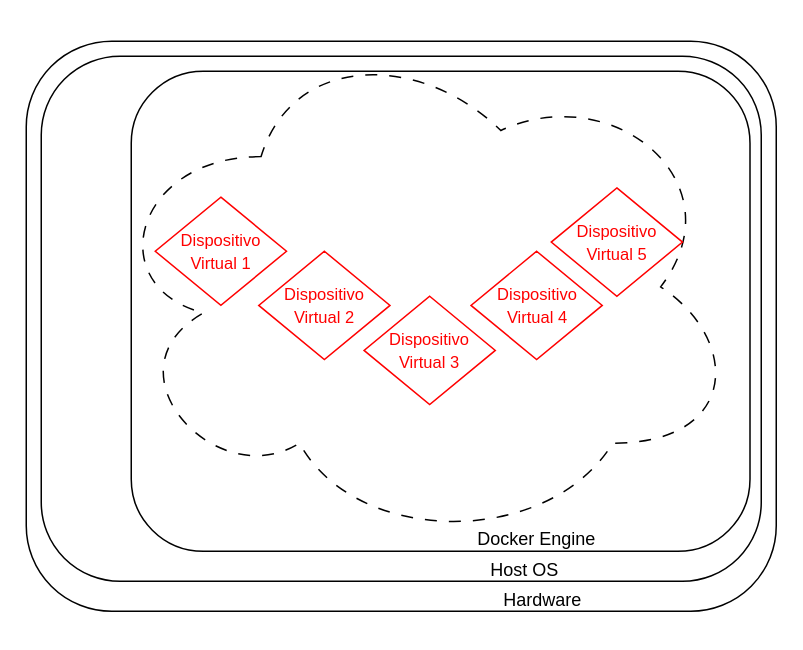
Before: texto/Diagrams/v4-prometheus/block-by-block/1 - virtual-devices/virtual_devices_diagram.drawio in vitorco7/saturmon, a draw.io diagram. Source tidied: cells renumbered, new cells numbered last; positions are measured from the earlier drawing's top-left corner, leaving out a move shared by most shapes. Both pictures are drawn from the tidied source at 150%, with x=0, y=0 at pixel (26, 26).
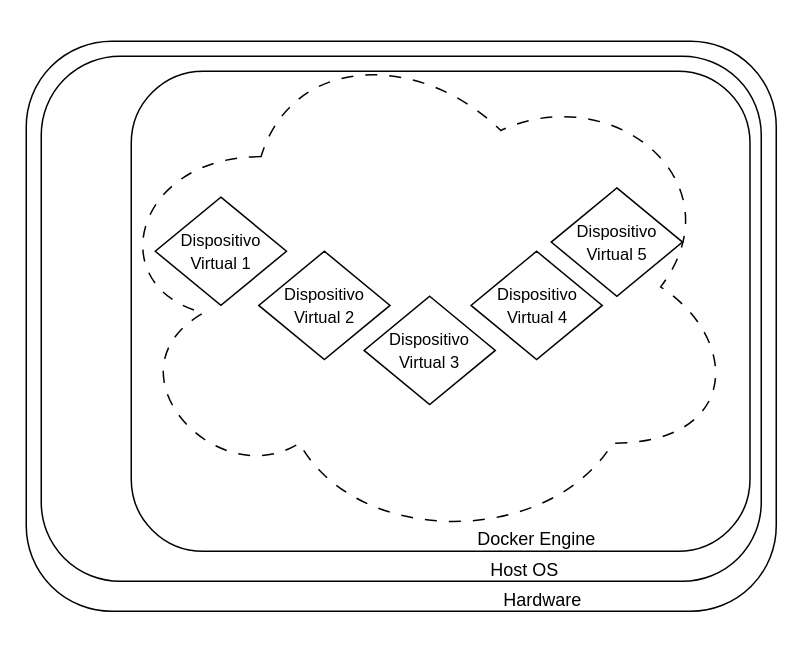
The same page after the edit.

Change to the diagram source:
```diff
@@
-    <mxCell id="2" style="rounded=1;whiteSpace=wrap;html=1;shadow=0;fixDash=0;backgroundOutline=0;movableLabel=0;fixedWidth=0;comic=0;" parent="1" vertex="1">
+    <mxCell id="2" style="rounded=1;whiteSpace=wrap;html=1;shadow=0;fixDash=0;backgroundOutline=0;movableLabel=0;fixedWidth=0;comic=0;strokeColor=default;fontColor=default;" parent="1" vertex="1">
       <mxGeometry y="10" width="500" height="380" as="geometry" />
     </mxCell>
-    <mxCell id="3" style="rounded=1;whiteSpace=wrap;html=1;shadow=0;fixDash=0;backgroundOutline=0;movableLabel=0;fixedWidth=0;comic=0;" parent="1" vertex="1">
+    <mxCell id="3" style="rounded=1;whiteSpace=wrap;html=1;shadow=0;fixDash=0;backgroundOutline=0;movableLabel=0;fixedWidth=0;comic=0;strokeColor=default;fontColor=default;" parent="1" vertex="1">
       <mxGeometry x="10" y="20" width="480" height="350" as="geometry" />
     </mxCell>
-    <mxCell id="4" style="rounded=1;whiteSpace=wrap;html=1;shadow=0;glass=0;perimeterSpacing=1;" parent="1" vertex="1">
+    <mxCell id="4" style="rounded=1;whiteSpace=wrap;html=1;shadow=0;glass=0;perimeterSpacing=1;strokeColor=default;fontColor=default;" parent="1" vertex="1">
       <mxGeometry x="70" y="30" width="412.5" height="320" as="geometry" />
     </mxCell>
-    <mxCell id="5" style="ellipse;shape=cloud;whiteSpace=wrap;html=1;rotation=0;dashed=1;dashPattern=8 8;shadow=0;" parent="1" vertex="1">
+    <mxCell id="5" style="ellipse;shape=cloud;whiteSpace=wrap;html=1;rotation=0;dashed=1;dashPattern=8 8;shadow=0;strokeColor=default;fontColor=default;" parent="1" vertex="1">
       <mxGeometry x="50" width="426.2" height="347.5" as="geometry" />
     </mxCell>
@@
-    <mxCell id="9" value="&lt;div&gt;Hardware&lt;/div&gt;" style="text;html=1;align=center;verticalAlign=middle;strokeColor=none;fillColor=none;shadow=0;" parent="1" vertex="1">
+    <mxCell id="9" value="&lt;div&gt;Hardware&lt;/div&gt;" style="text;html=1;align=center;verticalAlign=middle;strokeColor=none;fillColor=none;shadow=0;fontColor=default;strokeWidth=0;" parent="1" vertex="1">
       <mxGeometry x="304" y="368" width="80" height="30" as="geometry" />
     </mxCell>
-    <mxCell id="10" value="Host OS" style="text;html=1;align=center;verticalAlign=middle;strokeColor=none;fillColor=none;shadow=0;" parent="1" vertex="1">
+    <mxCell id="10" value="Host OS" style="text;html=1;align=center;verticalAlign=middle;strokeColor=none;fillColor=none;shadow=0;fontColor=default;strokeWidth=0;" parent="1" vertex="1">
       <mxGeometry x="296.5" y="347.5" width="70" height="30" as="geometry" />
     </mxCell>
@@
-    <mxCell id="12" value="&lt;div&gt;Docker Engine&lt;/div&gt;" style="text;html=1;align=center;verticalAlign=middle;strokeColor=none;fillColor=none;shadow=0;" parent="1" vertex="1">
+    <mxCell id="12" value="&lt;div&gt;Docker Engine&lt;/div&gt;" style="text;html=1;align=center;verticalAlign=middle;shadow=0;strokeWidth=0;" parent="1" vertex="1">
       <mxGeometry x="290.2" y="327" width="100" height="30" as="geometry" />
     </mxCell>
-    <mxCell id="13" value="&lt;font style=&quot;font-size: 11px;&quot;&gt;Dispositivo Virtual 1&lt;/font&gt;" style="rhombus;whiteSpace=wrap;html=1;shadow=0;strokeColor=#FF0000;fontColor=#FF0000;" parent="1" vertex="1">
+    <mxCell id="13" value="&lt;font style=&quot;font-size: 11px;&quot;&gt;Dispositivo Virtual 1&lt;/font&gt;" style="rhombus;whiteSpace=wrap;html=1;shadow=0;strokeColor=default;fontColor=default;" parent="1" vertex="1">
       <mxGeometry x="86" y="113.9" width="87.5" height="72.2" as="geometry" />
     </mxCell>
-    <mxCell id="14" value="&lt;font style=&quot;font-size: 11px;&quot;&gt;Dispositivo Virtual 2&lt;/font&gt;" style="rhombus;whiteSpace=wrap;html=1;shadow=0;strokeColor=#FF0000;fontColor=#FF0000;" parent="1" vertex="1">
+    <mxCell id="14" value="&lt;font style=&quot;font-size: 11px;&quot;&gt;Dispositivo Virtual 2&lt;/font&gt;" style="rhombus;whiteSpace=wrap;html=1;shadow=0;strokeColor=default;fontColor=default;" parent="1" vertex="1">
       <mxGeometry x="155" y="150" width="87.5" height="72.2" as="geometry" />
     </mxCell>
-    <mxCell id="15" value="&lt;font style=&quot;font-size: 11px;&quot;&gt;Dispositivo Virtual 3&lt;/font&gt;" style="rhombus;whiteSpace=wrap;html=1;shadow=0;strokeColor=#FF0000;fontColor=#FF0000;" parent="1" vertex="1">
+    <mxCell id="15" value="&lt;font style=&quot;font-size: 11px;&quot;&gt;Dispositivo Virtual 3&lt;/font&gt;" style="rhombus;whiteSpace=wrap;html=1;shadow=0;strokeColor=default;fontColor=default;" parent="1" vertex="1">
       <mxGeometry x="225.2" y="180" width="87.5" height="72.2" as="geometry" />
     </mxCell>
-    <mxCell id="16" value="&lt;font style=&quot;font-size: 11px;&quot;&gt;Dispositivo Virtual 5&lt;/font&gt;" style="rhombus;whiteSpace=wrap;html=1;shadow=0;strokeColor=#FF0000;fontColor=#FF0000;" parent="1" vertex="1">
+    <mxCell id="16" value="&lt;font style=&quot;font-size: 11px;&quot;&gt;Dispositivo Virtual 5&lt;/font&gt;" style="rhombus;whiteSpace=wrap;html=1;shadow=0;strokeColor=default;fontColor=default;" parent="1" vertex="1">
       <mxGeometry x="350" y="107.8" width="87.5" height="72.2" as="geometry" />
     </mxCell>
-    <mxCell id="17" value="&lt;div&gt;&lt;font style=&quot;font-size: 11px;&quot;&gt;Dispositivo Virtual 4&lt;/font&gt;&lt;/div&gt;" style="rhombus;whiteSpace=wrap;html=1;shadow=0;strokeColor=#FF0000;fontColor=#FF0000;" parent="1" vertex="1">
+    <mxCell id="17" value="&lt;div&gt;&lt;font style=&quot;font-size: 11px;&quot;&gt;Dispositivo Virtual 4&lt;/font&gt;&lt;/div&gt;" style="rhombus;whiteSpace=wrap;html=1;shadow=0;strokeColor=default;fontColor=default;" parent="1" vertex="1">
       <mxGeometry x="296.5" y="150" width="87.5" height="72.2" as="geometry" />
     </mxCell>
```
